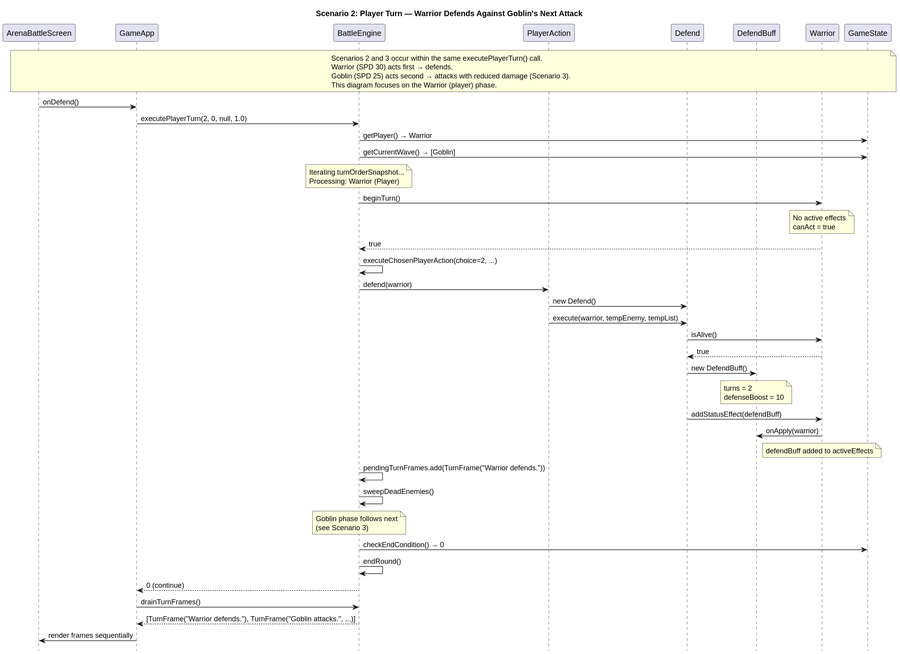
Before: newdiag/sequence/Sequence_2.svg, a diagram exported from PlantUML (YongzhangLiu/sc2002-combat-arena).
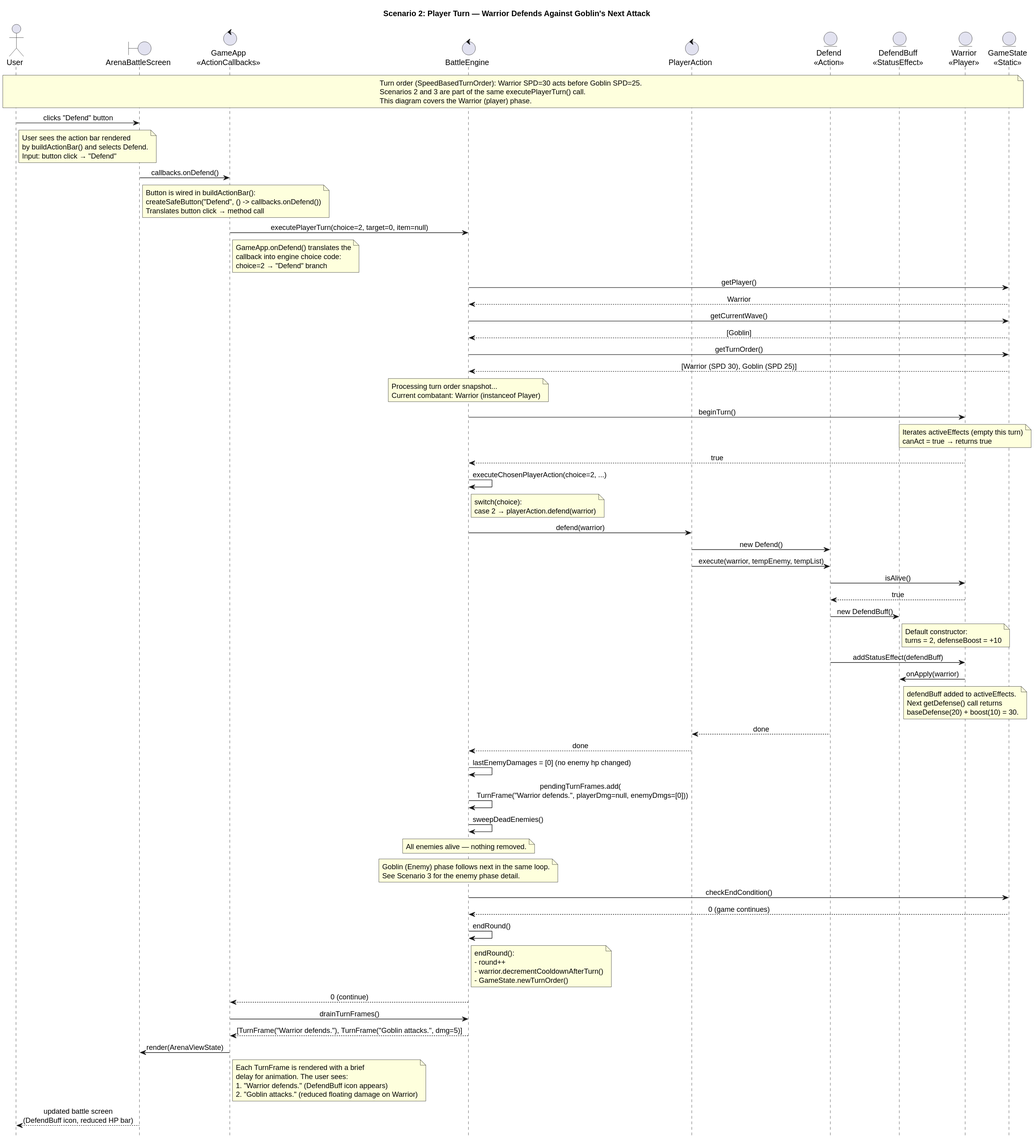
Above is the later version.

Diff of the diagram source:
```diff
@@ -2,55 +2,123 @@
 hide footbox
 title Scenario 2: Player Turn — Warrior Defends Against Goblin's Next Attack
 
-participant "ArenaBattleScreen" as Screen
-participant "GameApp" as App
-participant "BattleEngine" as Engine
-participant "PlayerAction" as PA
-participant "Defend" as Defend
-participant "DefendBuff" as Buff
-participant "Warrior" as Warrior
-participant "GameState" as State
+skinparam sequenceMessageAlign center
+skinparam responseMessageBelowArrow true
 
-note over Screen, State
-  Scenarios 2 and 3 occur within the same executePlayerTurn() call.
-  Warrior (SPD 30) acts first → defends.
-  Goblin (SPD 25) acts second → attacks with reduced damage (Scenario 3).
-  This diagram focuses on the Warrior (player) phase.
+actor       "User"                        as User
+boundary    "ArenaBattleScreen"           as Screen
+control     "GameApp\n<<ActionCallbacks>>" as App
+control     "BattleEngine"                as Engine
+control     "PlayerAction"                as PA
+entity      "Defend\n<<Action>>"          as Defend
+entity      "DefendBuff\n<<StatusEffect>>" as Buff
+entity      "Warrior\n<<Player>>"         as Warrior
+entity      "GameState\n<<Static>>"       as State
+
+note over User, State
+  Turn order (SpeedBasedTurnOrder): Warrior SPD=30 acts before Goblin SPD=25.
+  Scenarios 2 and 3 are part of the same executePlayerTurn() call.
+  This diagram covers the Warrior (player) phase.
 end note
 
-Screen -> App : onDefend()
-App -> Engine : executePlayerTurn(2, 0, null, 1.0)
-Engine -> State : getPlayer() → Warrior
-Engine -> State : getCurrentWave() → [Goblin]
+User -> Screen : clicks "Defend" button
+note right of User
+  User sees the action bar rendered
+  by buildActionBar() and selects Defend.
+  Input: button click → "Defend"
+end note
 
-note over Engine : Iterating turnOrderSnapshot...\nProcessing: Warrior (Player)
+Screen -> App : callbacks.onDefend()
+note right of Screen
+  Button is wired in buildActionBar():
+  createSafeButton("Defend", () -> callbacks.onDefend())
+  Translates button click → method call
+end note
+
+App -> Engine : executePlayerTurn(choice=2, target=0, item=null)
+note right of App
+  GameApp.onDefend() translates the
+  callback into engine choice code:
+  choice=2 → "Defend" branch
+end note
+
+Engine -> State : getPlayer()
+State --> Engine : Warrior
+Engine -> State : getCurrentWave()
+State --> Engine : [Goblin]
+Engine -> State : getTurnOrder()
+State --> Engine : [Warrior (SPD 30), Goblin (SPD 25)]
+
+note over Engine : Processing turn order snapshot...\nCurrent combatant: Warrior (instanceof Player)
 
 Engine -> Warrior : beginTurn()
-note over Warrior : No active effects\ncanAct = true
+note over Warrior
+  Iterates activeEffects (empty this turn)
+  canAct = true → returns true
+end note
 Warrior --> Engine : true
 
 Engine -> Engine : executeChosenPlayerAction(choice=2, ...)
+note right of Engine
+  switch(choice):
+  case 2 → playerAction.defend(warrior)
+end note
+
 Engine -> PA : defend(warrior)
 PA -> Defend : new Defend()
 PA -> Defend : execute(warrior, tempEnemy, tempList)
+
 Defend -> Warrior : isAlive()
 Warrior --> Defend : true
+
 Defend -> Buff : new DefendBuff()
-note over Buff : turns = 2\ndefenseBoost = 10
+note right of Buff
+  Default constructor:
+  turns = 2, defenseBoost = +10
+end note
+
 Defend -> Warrior : addStatusEffect(defendBuff)
 Warrior -> Buff : onApply(warrior)
-note over Warrior : defendBuff added to activeEffects
+note over Warrior
+  defendBuff added to activeEffects.
+  Next getDefense() call returns
+  baseDefense(20) + boost(10) = 30.
+end note
 
-Engine -> Engine : pendingTurnFrames.add(TurnFrame("Warrior defends."))
+Defend --> PA : done
+PA --> Engine : done
+
+Engine -> Engine : lastEnemyDamages = [0] (no enemy hp changed)
+Engine -> Engine : pendingTurnFrames.add(\n  TurnFrame("Warrior defends.", playerDmg=null, enemyDmgs=[0]))
 Engine -> Engine : sweepDeadEnemies()
+note over Engine : All enemies alive — nothing removed.
 
-note over Engine : Goblin phase follows next\n(see Scenario 3)
+note over Engine
+  Goblin (Enemy) phase follows next in the same loop.
+  See Scenario 3 for the enemy phase detail.
+end note
 
-Engine -> State : checkEndCondition() → 0
+Engine -> State : checkEndCondition()
+State --> Engine : 0 (game continues)
 Engine -> Engine : endRound()
+note right of Engine
+  endRound():
+  - round++
+  - warrior.decrementCooldownAfterTurn()
+  - GameState.newTurnOrder()
+end note
 Engine --> App : 0 (continue)
 
 App -> Engine : drainTurnFrames()
-Engine --> App : [TurnFrame("Warrior defends."), TurnFrame("Goblin attacks.", ...)]
-App -> Screen : render frames sequentially
+Engine --> App : [TurnFrame("Warrior defends."), TurnFrame("Goblin attacks.", dmg=5)]
+
+App -> Screen : render(ArenaViewState)
+note right of App
+  Each TurnFrame is rendered with a brief
+  delay for animation. The user sees:
+  1. "Warrior defends." (DefendBuff icon appears)
+  2. "Goblin attacks." (reduced floating damage on Warrior)
+end note
+
+Screen --> User : updated battle screen\n(DefendBuff icon, reduced HP bar)
 @enduml
```
